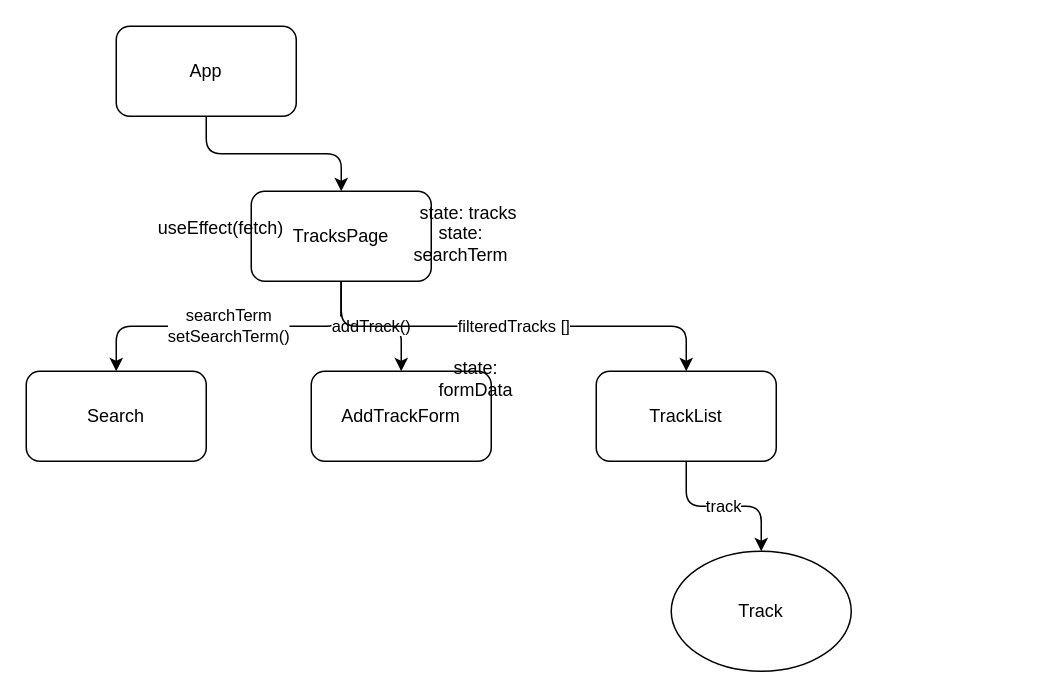
learn-co-students/SE-LIVE-121123-phase-2-practice-challenge-deep-cuts keeps this draw.io diagram as comp-tree.drawio. Above is the earlier version. Source tidied: cells renumbered, new cells numbered last; positions are measured from the earlier drawing's top-left corner, leaving out a move shared by most shapes. Both pictures are drawn from the tidied source at 150%, with x=0, y=0 at pixel (26, 26).
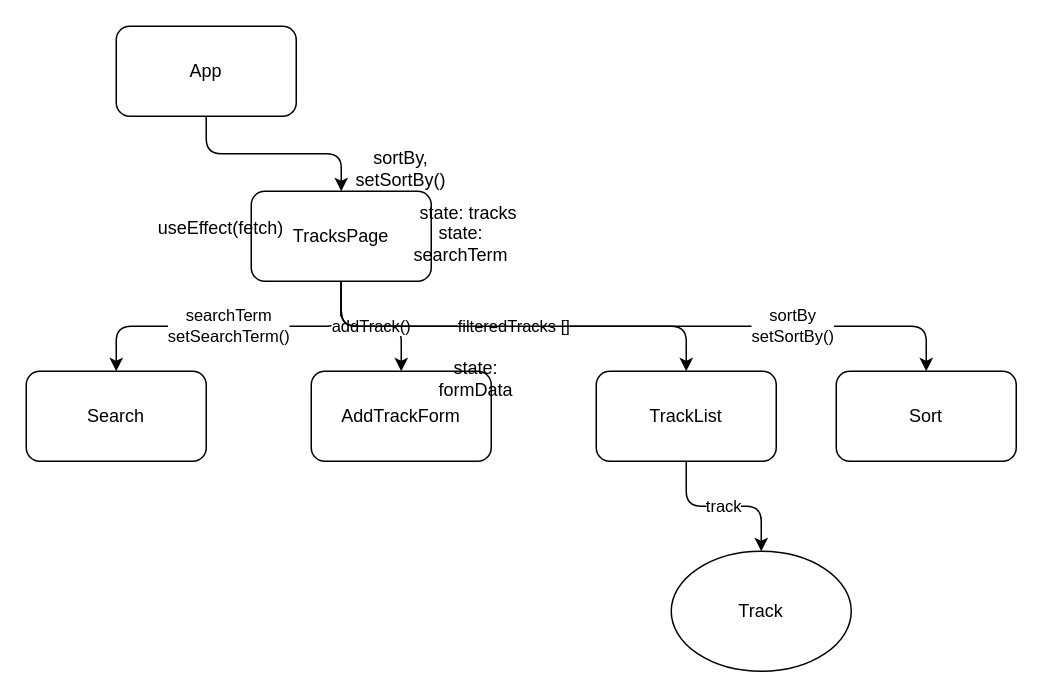
Above is the later version.

Commit message (it also covers changes not shown here):
implements sort

The edit, as a diff of the source:
```diff
@@
 <mxGraphModel>
   <root>
     <mxCell id="0" />
     <mxCell id="1" parent="0" />
     <mxCell id="2" style="edgeStyle=orthogonalEdgeStyle;html=1;exitX=0.5;exitY=1;exitDx=0;exitDy=0;entryX=0.5;entryY=0;entryDx=0;entryDy=0;" parent="1" edge="1" source="3" target="7">
       <mxGeometry relative="1" as="geometry" />
     </mxCell>
     <mxCell id="3" value="App" style="rounded=1;whiteSpace=wrap;html=1;" parent="1" vertex="1">
       <mxGeometry x="60" width="120" height="60" as="geometry" />
     </mxCell>
     <mxCell id="4" value="searchTerm&lt;br&gt;setSearchTerm()" style="edgeStyle=orthogonalEdgeStyle;html=1;exitX=0.5;exitY=1;exitDx=0;exitDy=0;entryX=0.5;entryY=0;entryDx=0;entryDy=0;" parent="1" edge="1" source="7" target="8">
       <mxGeometry relative="1" as="geometry" />
     </mxCell>
     <mxCell id="5" value="addTrack()" style="edgeStyle=orthogonalEdgeStyle;html=1;exitX=0.5;exitY=1;exitDx=0;exitDy=0;" parent="1" edge="1" source="7" target="9">
       <mxGeometry relative="1" as="geometry" />
     </mxCell>
     <mxCell id="6" value="filteredTracks []" style="edgeStyle=orthogonalEdgeStyle;html=1;exitX=0.5;exitY=1;exitDx=0;exitDy=0;" parent="1" edge="1" source="7" target="11">
       <mxGeometry relative="1" as="geometry" />
     </mxCell>
+    <mxCell id="17" value="sortBy&lt;br&gt;setSortBy()" style="edgeStyle=orthogonalEdgeStyle;html=1;exitX=0.5;exitY=1;exitDx=0;exitDy=0;" parent="1" edge="1" source="7" target="18">
+      <mxGeometry x="0.47" relative="1" as="geometry" />
+    </mxCell>
     <mxCell id="7" value="TracksPage" style="rounded=1;whiteSpace=wrap;html=1;" parent="1" vertex="1">
       <mxGeometry x="150" y="110" width="120" height="60" as="geometry" />
     </mxCell>
     <mxCell id="8" value="Search" style="rounded=1;whiteSpace=wrap;html=1;" parent="1" vertex="1">
       <mxGeometry y="230" width="120" height="60" as="geometry" />
     </mxCell>
     <mxCell id="9" value="AddTrackForm" style="rounded=1;whiteSpace=wrap;html=1;" parent="1" vertex="1">
       <mxGeometry x="190" y="230" width="120" height="60" as="geometry" />
     </mxCell>
     <mxCell id="10" value="track" style="edgeStyle=orthogonalEdgeStyle;html=1;exitX=0.5;exitY=1;exitDx=0;exitDy=0;entryX=0.5;entryY=0;entryDx=0;entryDy=0;" parent="1" edge="1" source="11" target="12">
       <mxGeometry relative="1" as="geometry" />
     </mxCell>
     <mxCell id="11" value="TrackList" style="rounded=1;whiteSpace=wrap;html=1;" parent="1" vertex="1">
       <mxGeometry x="380" y="230" width="120" height="60" as="geometry" />
     </mxCell>
     <mxCell id="12" value="Track" style="ellipse;whiteSpace=wrap;html=1;" parent="1" vertex="1">
       <mxGeometry x="430" y="350" width="120" height="80" as="geometry" />
     </mxCell>
     <mxCell id="13" value="state: tracks" style="text;html=1;strokeColor=none;fillColor=none;align=center;verticalAlign=middle;whiteSpace=wrap;rounded=0;" parent="1" vertex="1">
       <mxGeometry x="240" y="110" width="110" height="30" as="geometry" />
     </mxCell>
     <mxCell id="14" value="state: searchTerm" style="text;html=1;strokeColor=none;fillColor=none;align=center;verticalAlign=middle;whiteSpace=wrap;rounded=0;" parent="1" vertex="1">
       <mxGeometry x="260" y="130" width="60" height="30" as="geometry" />
     </mxCell>
     <mxCell id="15" value="useEffect(fetch)" style="text;html=1;strokeColor=none;fillColor=none;align=center;verticalAlign=middle;whiteSpace=wrap;rounded=0;" parent="1" vertex="1">
       <mxGeometry x="100" y="120" width="60" height="30" as="geometry" />
     </mxCell>
     <mxCell id="16" value="state: formData" style="text;html=1;strokeColor=none;fillColor=none;align=center;verticalAlign=middle;whiteSpace=wrap;rounded=0;" parent="1" vertex="1">
       <mxGeometry x="270" y="220" width="60" height="30" as="geometry" />
     </mxCell>
+    <mxCell id="18" value="Sort" style="rounded=1;whiteSpace=wrap;html=1;" parent="1" vertex="1">
+      <mxGeometry x="540" y="230" width="120" height="60" as="geometry" />
+    </mxCell>
+    <mxCell id="19" value="sortBy, setSortBy()" style="text;html=1;strokeColor=none;fillColor=none;align=center;verticalAlign=middle;whiteSpace=wrap;rounded=0;" parent="1" vertex="1">
+      <mxGeometry x="220" y="80" width="60" height="30" as="geometry" />
+    </mxCell>
   </root>
 </mxGraphModel>
```
